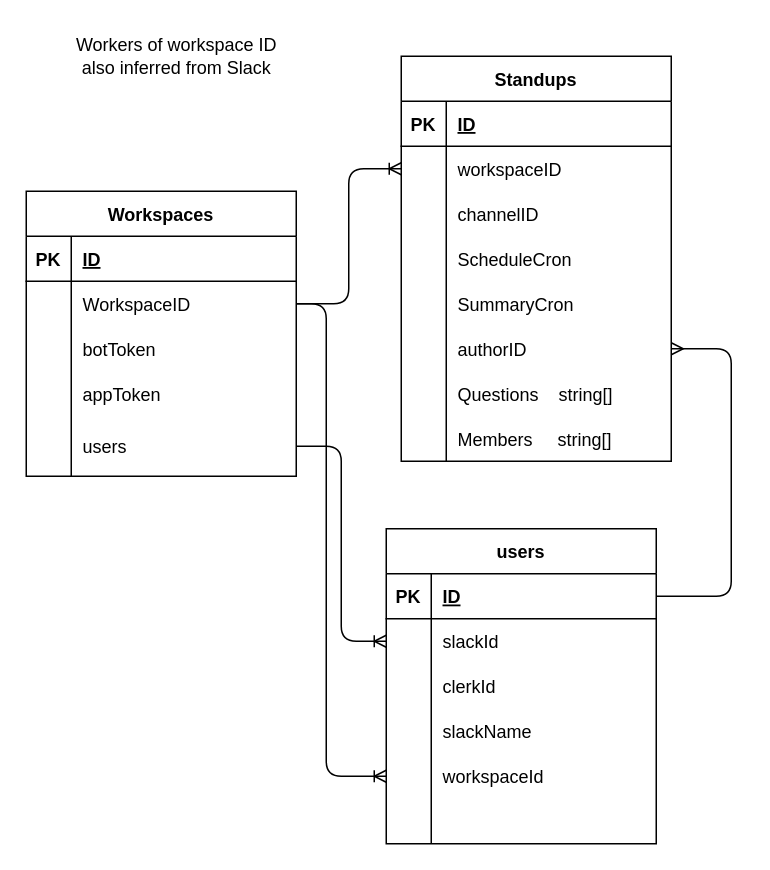
ThibaultJanBeyer/standup-bot keeps this draw.io diagram as packages/orm/orm.drawio. Above is the earlier version. Source tidied: cells renumbered, new cells numbered last; positions are measured from the earlier drawing's top-left corner, leaving out a move shared by most shapes. Both pictures are drawn from the tidied source at 150%, with x=0, y=0 at pixel (26, 26).
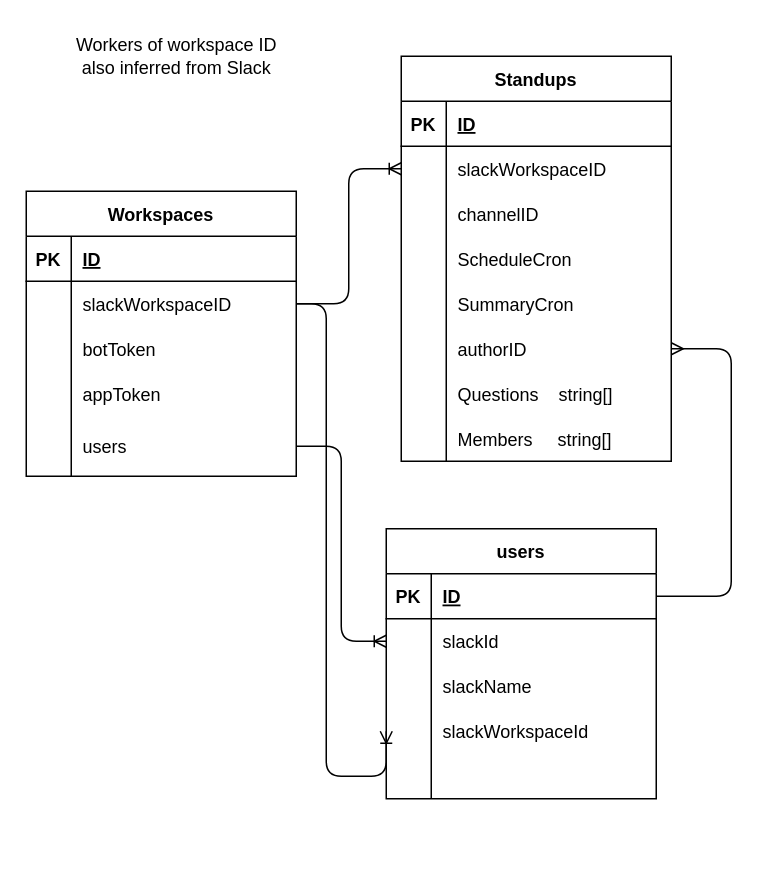
Above is the later version.

The change refers to these unchanged cells:
```xml
<mxCell id="7" style="shape=tableRow;horizontal=0;startSize=0;swimlaneHead=0;swimlaneBody=0;fillColor=none;points=[[0,0.5],[1,0.5]];portConstraint=eastwest;top=0;left=0;right=0;bottom=0;" parent="3" vertex="1">
  <mxGeometry y="60" width="180" height="30" as="geometry" />
</mxCell>
<mxCell id="45" style="shape=tableRow;horizontal=0;startSize=0;swimlaneHead=0;swimlaneBody=0;fillColor=none;points=[[0,0.5],[1,0.5]];portConstraint=eastwest;top=0;left=0;right=0;bottom=0;" parent="41" vertex="1">
  <mxGeometry y="60" width="180" height="30" as="geometry" />
</mxCell>
```

What changed in the source:
```diff
@@
-    <mxCell id="9" value="WorkspaceID" style="shape=partialRectangle;fillColor=none;top=0;left=0;bottom=0;right=0;align=left;spacingLeft=6;overflow=hidden;" parent="7" vertex="1">
+    <mxCell id="9" value="slackWorkspaceID" style="shape=partialRectangle;fillColor=none;top=0;left=0;bottom=0;right=0;align=left;spacingLeft=6;overflow=hidden;" parent="7" vertex="1">
       <mxGeometry x="30" width="150" height="30" as="geometry" />
     </mxCell>
@@
     <mxCell id="20" value="users" style="shape=table;startSize=30;childLayout=tableLayout;rowLines=0;fontStyle=1;align=center;" parent="1" vertex="1">
-      <mxGeometry x="240" y="335" width="180" height="210" as="geometry" />
+      <mxGeometry x="240" y="335" width="180" height="180" as="geometry" />
     </mxCell>
@@
-    <mxCell id="27" style="shape=tableRow;horizontal=0;startSize=0;swimlaneHead=0;swimlaneBody=0;fillColor=none;top=0;left=0;right=0;bottom=0;" parent="20" vertex="1">
-      <mxGeometry y="90" width="180" height="30" as="geometry" />
-    </mxCell>
-    <mxCell id="28" style="shape=partialRectangle;fillColor=none;top=0;left=0;bottom=0;right=0;overflow=hidden;" parent="27" vertex="1">
-      <mxGeometry width="30" height="30" as="geometry" />
-    </mxCell>
-    <mxCell id="29" value="clerkId" style="shape=partialRectangle;fillColor=none;top=0;left=0;bottom=0;right=0;align=left;spacingLeft=6;overflow=hidden;" parent="27" vertex="1">
-      <mxGeometry x="30" width="150" height="30" as="geometry" />
-    </mxCell>
     <mxCell id="30" style="shape=tableRow;horizontal=0;startSize=0;swimlaneHead=0;swimlaneBody=0;fillColor=none;top=0;left=0;right=0;bottom=0;" parent="20" vertex="1">
-      <mxGeometry y="120" width="180" height="30" as="geometry" />
+      <mxGeometry y="90" width="180" height="30" as="geometry" />
     </mxCell>
@@
     <mxCell id="33" style="shape=tableRow;horizontal=0;startSize=0;swimlaneHead=0;swimlaneBody=0;fillColor=none;points=[[0,0.5],[1,0.5]];portConstraint=eastwest;top=0;left=0;right=0;bottom=0;" parent="20" vertex="1">
-      <mxGeometry y="150" width="180" height="30" as="geometry" />
+      <mxGeometry y="120" width="180" height="30" as="geometry" />
     </mxCell>
@@
-    <mxCell id="35" value="workspaceId" style="shape=partialRectangle;fillColor=none;top=0;left=0;bottom=0;right=0;align=left;spacingLeft=6;overflow=hidden;" parent="33" vertex="1">
+    <mxCell id="35" value="slackWorkspaceId" style="shape=partialRectangle;fillColor=none;top=0;left=0;bottom=0;right=0;align=left;spacingLeft=6;overflow=hidden;" parent="33" vertex="1">
       <mxGeometry x="30" width="150" height="30" as="geometry" />
     </mxCell>
     <mxCell id="36" style="shape=tableRow;horizontal=0;startSize=0;swimlaneHead=0;swimlaneBody=0;fillColor=none;top=0;left=0;right=0;bottom=0;" parent="20" vertex="1">
-      <mxGeometry y="180" width="180" height="30" as="geometry" />
+      <mxGeometry y="150" width="180" height="30" as="geometry" />
     </mxCell>
@@
-    <mxCell id="47" value="workspaceID" style="shape=partialRectangle;fillColor=none;top=0;left=0;bottom=0;right=0;align=left;spacingLeft=6;overflow=hidden;" parent="45" vertex="1">
+    <mxCell id="47" value="slackWorkspaceID" style="shape=partialRectangle;fillColor=none;top=0;left=0;bottom=0;right=0;align=left;spacingLeft=6;overflow=hidden;" parent="45" vertex="1">
       <mxGeometry x="30" width="150" height="30" as="geometry" />
     </mxCell>
```
